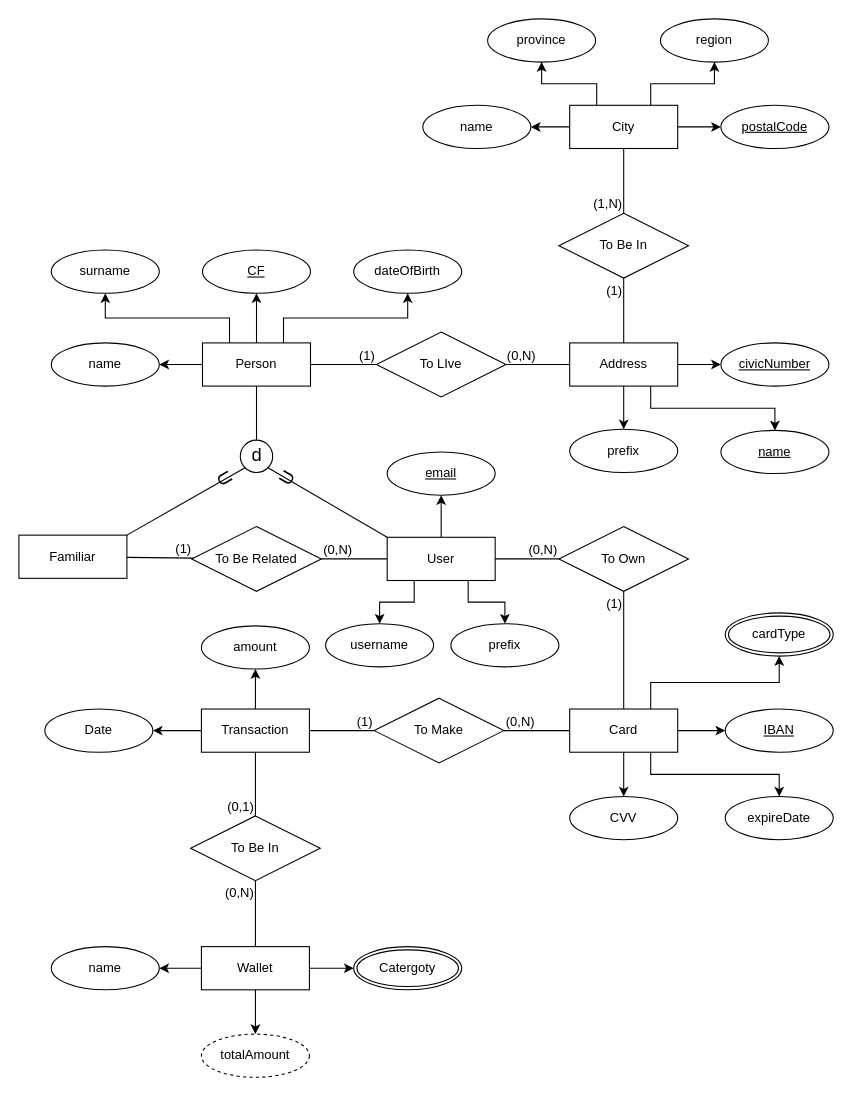
Franwik/SavingMoneyUnina keeps this draw.io diagram as Database/Documentation/ERdiagram.drawio. Above is the earlier version. Source tidied: cells renumbered, new cells numbered last; positions are measured from the earlier drawing's top-left corner, leaving out a move shared by most shapes. Both pictures are drawn from the tidied source at 108%, with x=0, y=0 at pixel (18, 18).
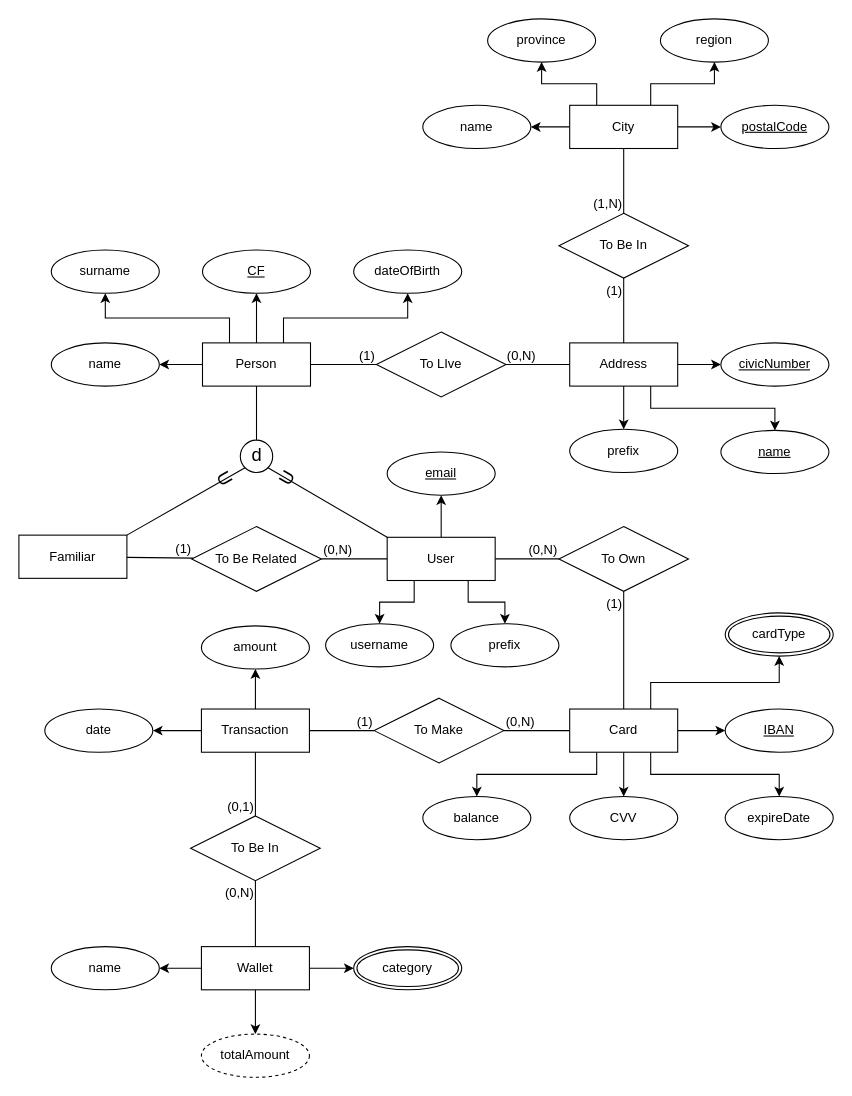
After the change.

Unchanged cells that the change refers to:
```xml
<mxCell id="17" value="Card" style="whiteSpace=wrap;html=1;align=center;" parent="1" vertex="1">
  <mxGeometry x="510" y="639" width="100" height="40" as="geometry" />
</mxCell>
```

Change to the diagram source:
```diff
@@
+    <mxCell id="93" style="edgeStyle=orthogonalEdgeStyle;rounded=0;jettySize=auto;html=1;exitX=0.25;exitY=1;exitDx=0;exitDy=0;entryX=0.5;entryY=0;entryDx=0;entryDy=0;" parent="1" edge="1" source="17" target="94">
+      <mxGeometry relative="1" as="geometry" />
+    </mxCell>
@@
-    <mxCell id="87" value="Date" style="ellipse;whiteSpace=wrap;html=1;align=center;" parent="1" vertex="1">
+    <mxCell id="87" value="date" style="ellipse;whiteSpace=wrap;html=1;align=center;" parent="1" vertex="1">
       <mxGeometry x="24" y="639" width="100" height="40" as="geometry" />
     </mxCell>
@@
-    <mxCell id="90" value="Catergoty" style="ellipse;shape=doubleEllipse;margin=3;whiteSpace=wrap;html=1;align=center;" parent="1" vertex="1">
+    <mxCell id="90" value="category" style="ellipse;shape=doubleEllipse;margin=3;whiteSpace=wrap;html=1;align=center;" parent="1" vertex="1">
       <mxGeometry x="310" y="859" width="100" height="40" as="geometry" />
     </mxCell>
@@
+    <mxCell id="94" value="balance" style="ellipse;whiteSpace=wrap;html=1;align=center;" parent="1" vertex="1">
+      <mxGeometry x="374" y="720" width="100" height="40" as="geometry" />
+    </mxCell>
```
